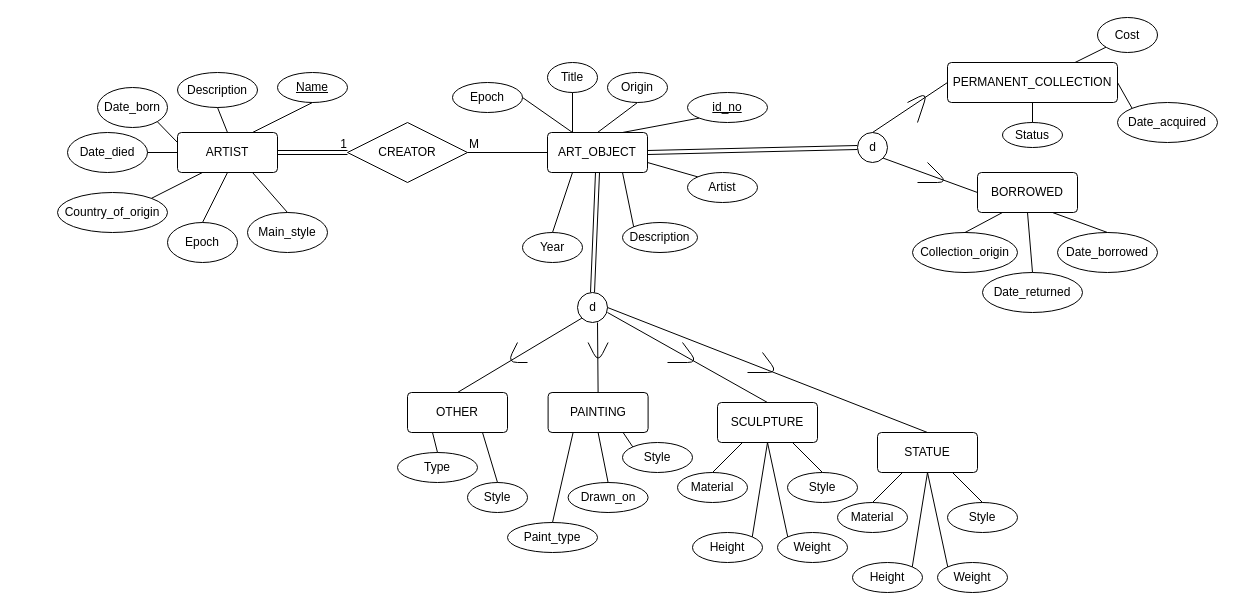
Before: musemEER.drawio in aryan-karadia/Museum-SQL-Project, a draw.io diagram. Source tidied: cells renumbered, new cells numbered last; positions are measured from the earlier drawing's top-left corner, leaving out a move shared by most shapes. Both pictures are drawn from the tidied source at 100%, with x=0, y=0 at pixel (57, 17).
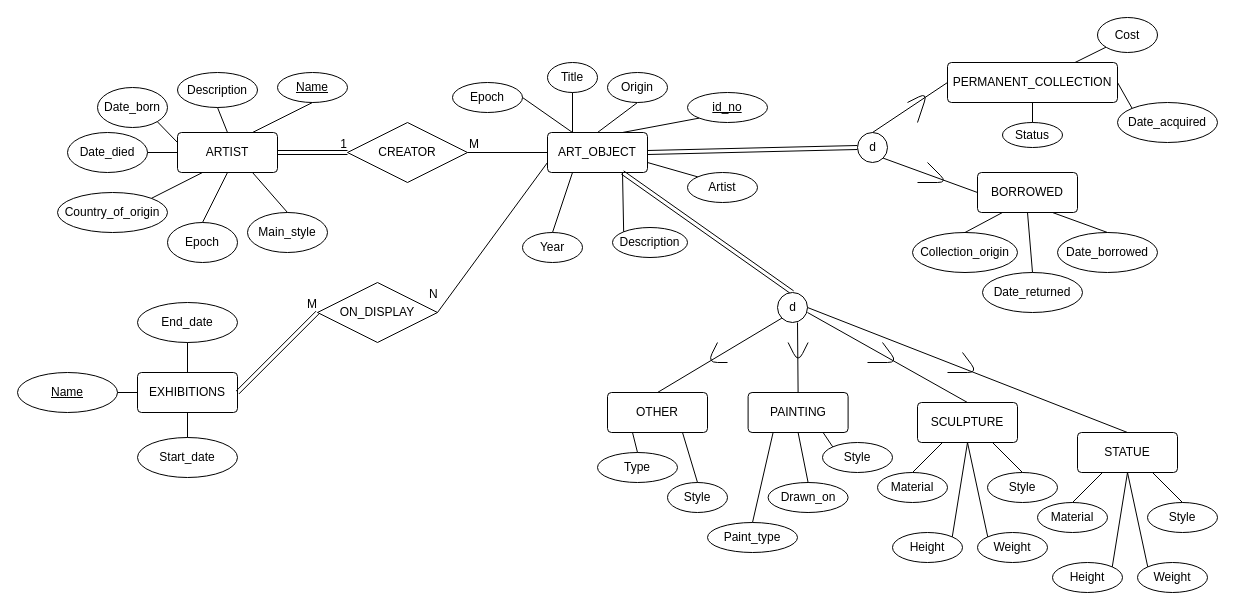
After the change.

Commit message:
exhibition entity

The change refers to these unchanged cells:
```xml
<mxCell id="2" value="ART_OBJECT" style="rounded=1;arcSize=10;whiteSpace=wrap;html=1;align=center;" parent="1" vertex="1">
  <mxGeometry x="490" y="115" width="100" height="40" as="geometry" />
</mxCell>
<mxCell id="16" style="ellipse;whiteSpace=wrap;html=1;" parent="15" vertex="1">
  <mxGeometry width="30" height="30" as="geometry" />
</mxCell>
```

The edit, as a diff of the source:
```diff
@@
     <mxCell id="7" value="Description" style="ellipse;whiteSpace=wrap;html=1;align=center;" parent="1" vertex="1">
-      <mxGeometry x="565" y="205" width="75" height="30" as="geometry" />
+      <mxGeometry x="555" y="210" width="75" height="30" as="geometry" />
     </mxCell>
@@
-    <mxCell id="13" style="shape=link;html=1;rounded=0;exitX=0.5;exitY=1;exitDx=0;exitDy=0;entryX=0.5;entryY=0;entryDx=0;entryDy=0;" parent="1" edge="1" source="2" target="16">
+    <mxCell id="13" style="shape=link;html=1;rounded=0;exitX=0.75;exitY=1;exitDx=0;exitDy=0;entryX=0.5;entryY=0;entryDx=0;entryDy=0;" parent="1" edge="1" source="2" target="16">
       <mxGeometry relative="1" as="geometry" />
     </mxCell>
@@
     <mxCell id="15" style="group;" parent="1" vertex="1">
-      <mxGeometry x="520" y="275" width="30" height="30" as="geometry" />
+      <mxGeometry x="720" y="275" width="30" height="30" as="geometry" />
     </mxCell>
@@
     <mxCell id="21" value="OTHER" style="rounded=1;arcSize=10;whiteSpace=wrap;html=1;align=center;" parent="1" vertex="1">
-      <mxGeometry x="350" y="375" width="100" height="40" as="geometry" />
+      <mxGeometry x="550" y="375" width="100" height="40" as="geometry" />
     </mxCell>
     <mxCell id="22" value="Type" style="ellipse;whiteSpace=wrap;html=1;align=center;" parent="1" vertex="1">
-      <mxGeometry x="340" y="435" width="80" height="30" as="geometry" />
+      <mxGeometry x="540" y="435" width="80" height="30" as="geometry" />
     </mxCell>
     <mxCell id="23" value="Style" style="ellipse;whiteSpace=wrap;html=1;align=center;" parent="1" vertex="1">
-      <mxGeometry x="410" y="465" width="60" height="30" as="geometry" />
+      <mxGeometry x="610" y="465" width="60" height="30" as="geometry" />
     </mxCell>
@@
     <mxCell id="27" value="PAINTING" style="rounded=1;arcSize=10;whiteSpace=wrap;html=1;align=center;" parent="1" vertex="1">
-      <mxGeometry x="490.6" y="375" width="100" height="40" as="geometry" />
+      <mxGeometry x="690.6" y="375" width="100" height="40" as="geometry" />
     </mxCell>
     <mxCell id="28" style="endArrow=none;html=1;rounded=0;exitX=0.5;exitY=0;exitDx=0;exitDy=0;" parent="1" edge="1" source="27">
       <mxGeometry relative="1" as="geometry">
-        <mxPoint x="540" y="305" as="targetPoint" />
+        <mxPoint x="740" y="305" as="targetPoint" />
       </mxGeometry>
     </mxCell>
     <mxCell id="29" style="endArrow=none;html=1;" parent="1" edge="1">
       <mxGeometry relative="1" as="geometry">
-        <mxPoint x="530.6" y="325" as="sourcePoint" />
-        <mxPoint x="550.6" y="325" as="targetPoint" />
+        <mxPoint x="730.6" y="325" as="sourcePoint" />
+        <mxPoint x="750.6" y="325" as="targetPoint" />
         <Array as="points">
-          <mxPoint x="540.6" y="345" />
+          <mxPoint x="740.6" y="345" />
         </Array>
       </mxGeometry>
     </mxCell>
     <mxCell id="30" style="endArrow=none;html=1;" parent="1" edge="1">
       <mxGeometry relative="1" as="geometry">
-        <mxPoint x="470" y="345" as="sourcePoint" />
-        <mxPoint x="460" y="325" as="targetPoint" />
+        <mxPoint x="670" y="345" as="sourcePoint" />
+        <mxPoint x="660" y="325" as="targetPoint" />
         <Array as="points">
-          <mxPoint x="450" y="345" />
+          <mxPoint x="650" y="345" />
         </Array>
       </mxGeometry>
     </mxCell>
     <mxCell id="31" value="Paint_type" style="ellipse;whiteSpace=wrap;html=1;align=center;" parent="1" vertex="1">
-      <mxGeometry x="450" y="505" width="90" height="30" as="geometry" />
+      <mxGeometry x="650" y="505" width="90" height="30" as="geometry" />
     </mxCell>
     <mxCell id="32" value="Drawn_on" style="ellipse;whiteSpace=wrap;html=1;align=center;" parent="1" vertex="1">
-      <mxGeometry x="510.6" y="465" width="80" height="30" as="geometry" />
+      <mxGeometry x="710.6" y="465" width="80" height="30" as="geometry" />
     </mxCell>
     <mxCell id="33" value="Style" style="ellipse;whiteSpace=wrap;html=1;align=center;" parent="1" vertex="1">
-      <mxGeometry x="565" y="425" width="70" height="30" as="geometry" />
+      <mxGeometry x="765" y="425" width="70" height="30" as="geometry" />
     </mxCell>
@@
     <mxCell id="37" value="SCULPTURE" style="rounded=1;arcSize=10;whiteSpace=wrap;html=1;align=center;" parent="1" vertex="1">
-      <mxGeometry x="660" y="385" width="100" height="40" as="geometry" />
+      <mxGeometry x="860" y="385" width="100" height="40" as="geometry" />
     </mxCell>
     <mxCell id="38" style="endArrow=none;html=1;rounded=0;entryX=0.5;entryY=0;entryDx=0;entryDy=0;" parent="1" edge="1" target="37">
       <mxGeometry relative="1" as="geometry">
-        <mxPoint x="550" y="295" as="sourcePoint" />
+        <mxPoint x="750" y="295" as="sourcePoint" />
       </mxGeometry>
     </mxCell>
     <mxCell id="39" style="endArrow=none;html=1;" parent="1" edge="1">
       <mxGeometry relative="1" as="geometry">
-        <mxPoint x="610" y="345" as="sourcePoint" />
-        <mxPoint x="625" y="325" as="targetPoint" />
+        <mxPoint x="810" y="345" as="sourcePoint" />
+        <mxPoint x="825" y="325" as="targetPoint" />
         <Array as="points">
-          <mxPoint x="640" y="345" />
+          <mxPoint x="840" y="345" />
         </Array>
       </mxGeometry>
     </mxCell>
     <mxCell id="40" value="Material" style="ellipse;whiteSpace=wrap;html=1;align=center;" parent="1" vertex="1">
-      <mxGeometry x="620" y="455" width="70" height="30" as="geometry" />
+      <mxGeometry x="820" y="455" width="70" height="30" as="geometry" />
     </mxCell>
@@
     <mxCell id="42" value="Style" style="ellipse;whiteSpace=wrap;html=1;align=center;" parent="1" vertex="1">
-      <mxGeometry x="730" y="455" width="70" height="30" as="geometry" />
+      <mxGeometry x="930" y="455" width="70" height="30" as="geometry" />
     </mxCell>
     <mxCell id="43" value="Height" style="ellipse;whiteSpace=wrap;html=1;align=center;" parent="1" vertex="1">
-      <mxGeometry x="635" y="515" width="70" height="30" as="geometry" />
+      <mxGeometry x="835" y="515" width="70" height="30" as="geometry" />
     </mxCell>
     <mxCell id="44" value="Weight" style="ellipse;whiteSpace=wrap;html=1;align=center;" parent="1" vertex="1">
-      <mxGeometry x="720" y="515" width="70" height="30" as="geometry" />
+      <mxGeometry x="920" y="515" width="70" height="30" as="geometry" />
     </mxCell>
@@
     <mxCell id="48" value="STATUE" style="rounded=1;arcSize=10;whiteSpace=wrap;html=1;align=center;" parent="1" vertex="1">
-      <mxGeometry x="820" y="415" width="100" height="40" as="geometry" />
+      <mxGeometry x="1020" y="415" width="100" height="40" as="geometry" />
     </mxCell>
@@
     <mxCell id="50" style="endArrow=none;html=1;" parent="1" edge="1">
       <mxGeometry relative="1" as="geometry">
-        <mxPoint x="690" y="355" as="sourcePoint" />
-        <mxPoint x="705" y="335" as="targetPoint" />
+        <mxPoint x="890" y="355" as="sourcePoint" />
+        <mxPoint x="905" y="335" as="targetPoint" />
         <Array as="points">
-          <mxPoint x="720" y="355" />
+          <mxPoint x="920" y="355" />
         </Array>
       </mxGeometry>
     </mxCell>
     <mxCell id="51" value="Material" style="ellipse;whiteSpace=wrap;html=1;align=center;" parent="1" vertex="1">
-      <mxGeometry x="780" y="485" width="70" height="30" as="geometry" />
+      <mxGeometry x="980" y="485" width="70" height="30" as="geometry" />
     </mxCell>
     <mxCell id="52" style="endArrow=none;html=1;rounded=0;exitX=0.5;exitY=0;exitDx=0;exitDy=0;entryX=0.25;entryY=1;entryDx=0;entryDy=0;" parent="1" edge="1" source="51">
       <mxGeometry relative="1" as="geometry">
-        <mxPoint x="845" y="455" as="targetPoint" />
+        <mxPoint x="1045" y="455" as="targetPoint" />
       </mxGeometry>
     </mxCell>
     <mxCell id="53" value="Style" style="ellipse;whiteSpace=wrap;html=1;align=center;" parent="1" vertex="1">
-      <mxGeometry x="890" y="485" width="70" height="30" as="geometry" />
+      <mxGeometry x="1090" y="485" width="70" height="30" as="geometry" />
     </mxCell>
     <mxCell id="54" value="Height" style="ellipse;whiteSpace=wrap;html=1;align=center;" parent="1" vertex="1">
-      <mxGeometry x="795" y="545" width="70" height="30" as="geometry" />
+      <mxGeometry x="995" y="545" width="70" height="30" as="geometry" />
     </mxCell>
     <mxCell id="55" value="Weight" style="ellipse;whiteSpace=wrap;html=1;align=center;" parent="1" vertex="1">
-      <mxGeometry x="880" y="545" width="70" height="30" as="geometry" />
+      <mxGeometry x="1080" y="545" width="70" height="30" as="geometry" />
     </mxCell>
     <mxCell id="56" style="endArrow=none;html=1;rounded=0;exitX=1;exitY=0;exitDx=0;exitDy=0;entryX=0.5;entryY=1;entryDx=0;entryDy=0;" parent="1" edge="1" source="54">
       <mxGeometry relative="1" as="geometry">
-        <mxPoint x="870" y="455" as="targetPoint" />
+        <mxPoint x="1070" y="455" as="targetPoint" />
       </mxGeometry>
     </mxCell>
     <mxCell id="57" style="endArrow=none;html=1;rounded=0;exitX=0.5;exitY=1;exitDx=0;exitDy=0;entryX=0;entryY=0;entryDx=0;entryDy=0;" parent="1" edge="1" target="55">
       <mxGeometry relative="1" as="geometry">
-        <mxPoint x="870" y="455" as="sourcePoint" />
+        <mxPoint x="1070" y="455" as="sourcePoint" />
       </mxGeometry>
     </mxCell>
     <mxCell id="58" style="endArrow=none;html=1;rounded=0;exitX=0.75;exitY=1;exitDx=0;exitDy=0;entryX=0.5;entryY=0;entryDx=0;entryDy=0;" parent="1" edge="1" target="53">
       <mxGeometry relative="1" as="geometry">
-        <mxPoint x="895" y="455" as="sourcePoint" />
+        <mxPoint x="1095" y="455" as="sourcePoint" />
       </mxGeometry>
     </mxCell>
@@
+    <mxCell id="101" value="EXHIBITIONS" style="rounded=1;arcSize=10;whiteSpace=wrap;html=1;align=center;" parent="1" vertex="1">
+      <mxGeometry x="80" y="355" width="100" height="40" as="geometry" />
+    </mxCell>
+    <mxCell id="102" value="Name" style="ellipse;whiteSpace=wrap;html=1;align=center;fontStyle=4;" parent="1" vertex="1">
+      <mxGeometry x="-40" y="355" width="100" height="40" as="geometry" />
+    </mxCell>
+    <mxCell id="103" value="Start_date" style="ellipse;whiteSpace=wrap;html=1;align=center;" parent="1" vertex="1">
+      <mxGeometry x="80" y="420" width="100" height="40" as="geometry" />
+    </mxCell>
+    <mxCell id="104" value="End_date" style="ellipse;whiteSpace=wrap;html=1;align=center;" parent="1" vertex="1">
+      <mxGeometry x="80" y="285" width="100" height="40" as="geometry" />
+    </mxCell>
+    <mxCell id="105" style="endArrow=none;html=1;rounded=0;exitX=0.5;exitY=0;exitDx=0;exitDy=0;entryX=0.5;entryY=1;entryDx=0;entryDy=0;" parent="1" edge="1" source="101" target="104">
+      <mxGeometry relative="1" as="geometry" />
+    </mxCell>
+    <mxCell id="106" style="endArrow=none;html=1;rounded=0;" parent="1" edge="1">
+      <mxGeometry relative="1" as="geometry">
+        <mxPoint x="60" y="375" as="sourcePoint" />
+        <mxPoint x="80" y="375" as="targetPoint" />
+      </mxGeometry>
+    </mxCell>
+    <mxCell id="107" style="endArrow=none;html=1;rounded=0;exitX=0.5;exitY=0;exitDx=0;exitDy=0;entryX=0.5;entryY=1;entryDx=0;entryDy=0;" parent="1" edge="1" source="103" target="101">
+      <mxGeometry relative="1" as="geometry" />
+    </mxCell>
+    <mxCell id="108" value="ON_DISPLAY" style="shape=rhombus;perimeter=rhombusPerimeter;whiteSpace=wrap;html=1;align=center;" parent="1" vertex="1">
+      <mxGeometry x="260" y="265" width="120" height="60" as="geometry" />
+    </mxCell>
+    <mxCell id="109" style="shape=link;html=1;rounded=0;exitX=1;exitY=0.5;exitDx=0;exitDy=0;entryX=0;entryY=0.5;entryDx=0;entryDy=0;" parent="1" edge="1" source="101" target="108">
+      <mxGeometry relative="1" as="geometry" />
+    </mxCell>
+    <mxCell id="110" value="M" style="html=1;align=right;verticalAlign=bottom;" parent="109" vertex="1">
+      <mxGeometry x="1" relative="1" as="geometry" />
+    </mxCell>
+    <mxCell id="111" style="endArrow=none;html=1;rounded=0;exitX=1;exitY=0.5;exitDx=0;exitDy=0;entryX=0;entryY=0.75;entryDx=0;entryDy=0;" parent="1" edge="1" source="108" target="2">
+      <mxGeometry relative="1" as="geometry" />
+    </mxCell>
+    <mxCell id="112" value="N" style="html=1;align=left;verticalAlign=bottom;" parent="111" vertex="1">
+      <mxGeometry x="-1" relative="1" as="geometry">
+        <mxPoint x="-10" y="-10" as="offset" />
+      </mxGeometry>
+    </mxCell>
```
